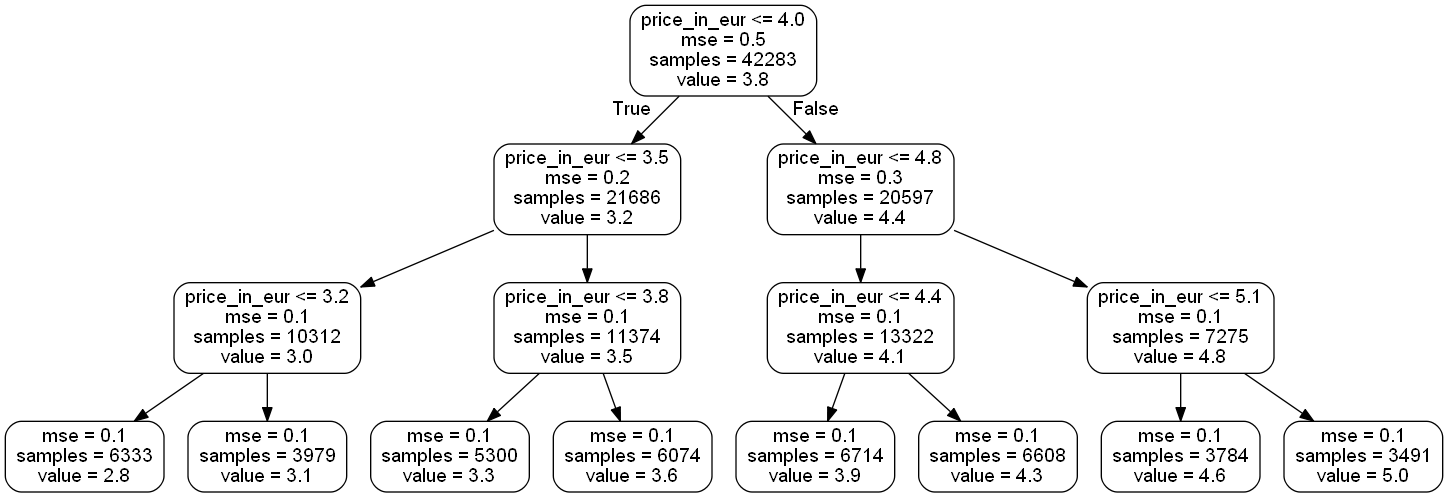
The Graphviz diagram small_tree.png in jonasfaehrmann/htw-data-mining-2020, before a commit. Its source is kept beside it as small_tree.dot.
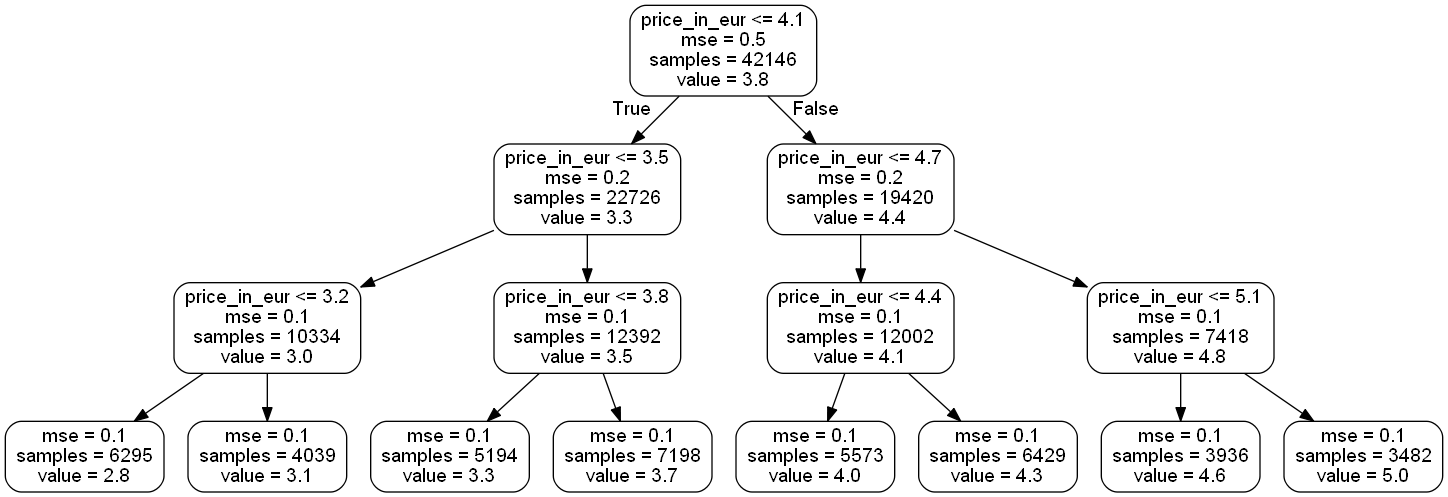
Later version of the same file.

What changed in the source:
```diff
@@ -1,33 +1,33 @@
 digraph Tree {
 node [shape=box, style="rounded", color="black", fontname=helvetica] ;
 edge [fontname=helvetica] ;
-0 [label="price_in_eur <= 4.0\nmse = 0.5\nsamples = 42283\nvalue = 3.8"] ;
-1 [label="price_in_eur <= 3.5\nmse = 0.2\nsamples = 21686\nvalue = 3.2"] ;
+0 [label="price_in_eur <= 4.1\nmse = 0.5\nsamples = 42146\nvalue = 3.8"] ;
+1 [label="price_in_eur <= 3.5\nmse = 0.2\nsamples = 22726\nvalue = 3.3"] ;
 0 -> 1 [labeldistance=2.5, labelangle=45, headlabel="True"] ;
-2 [label="price_in_eur <= 3.2\nmse = 0.1\nsamples = 10312\nvalue = 3.0"] ;
+2 [label="price_in_eur <= 3.2\nmse = 0.1\nsamples = 10334\nvalue = 3.0"] ;
 1 -> 2 ;
-3 [label="mse = 0.1\nsamples = 6333\nvalue = 2.8"] ;
+3 [label="mse = 0.1\nsamples = 6295\nvalue = 2.8"] ;
 2 -> 3 ;
-4 [label="mse = 0.1\nsamples = 3979\nvalue = 3.1"] ;
+4 [label="mse = 0.1\nsamples = 4039\nvalue = 3.1"] ;
 2 -> 4 ;
-5 [label="price_in_eur <= 3.8\nmse = 0.1\nsamples = 11374\nvalue = 3.5"] ;
+5 [label="price_in_eur <= 3.8\nmse = 0.1\nsamples = 12392\nvalue = 3.5"] ;
 1 -> 5 ;
-6 [label="mse = 0.1\nsamples = 5300\nvalue = 3.3"] ;
+6 [label="mse = 0.1\nsamples = 5194\nvalue = 3.3"] ;
 5 -> 6 ;
-7 [label="mse = 0.1\nsamples = 6074\nvalue = 3.6"] ;
+7 [label="mse = 0.1\nsamples = 7198\nvalue = 3.7"] ;
 5 -> 7 ;
-8 [label="price_in_eur <= 4.8\nmse = 0.3\nsamples = 20597\nvalue = 4.4"] ;
+8 [label="price_in_eur <= 4.7\nmse = 0.2\nsamples = 19420\nvalue = 4.4"] ;
 0 -> 8 [labeldistance=2.5, labelangle=-45, headlabel="False"] ;
-9 [label="price_in_eur <= 4.4\nmse = 0.1\nsamples = 13322\nvalue = 4.1"] ;
+9 [label="price_in_eur <= 4.4\nmse = 0.1\nsamples = 12002\nvalue = 4.1"] ;
 8 -> 9 ;
-10 [label="mse = 0.1\nsamples = 6714\nvalue = 3.9"] ;
+10 [label="mse = 0.1\nsamples = 5573\nvalue = 4.0"] ;
 9 -> 10 ;
-11 [label="mse = 0.1\nsamples = 6608\nvalue = 4.3"] ;
+11 [label="mse = 0.1\nsamples = 6429\nvalue = 4.3"] ;
 9 -> 11 ;
-12 [label="price_in_eur <= 5.1\nmse = 0.1\nsamples = 7275\nvalue = 4.8"] ;
+12 [label="price_in_eur <= 5.1\nmse = 0.1\nsamples = 7418\nvalue = 4.8"] ;
 8 -> 12 ;
-13 [label="mse = 0.1\nsamples = 3784\nvalue = 4.6"] ;
+13 [label="mse = 0.1\nsamples = 3936\nvalue = 4.6"] ;
 12 -> 13 ;
-14 [label="mse = 0.1\nsamples = 3491\nvalue = 5.0"] ;
+14 [label="mse = 0.1\nsamples = 3482\nvalue = 5.0"] ;
 12 -> 14 ;
 }
```
